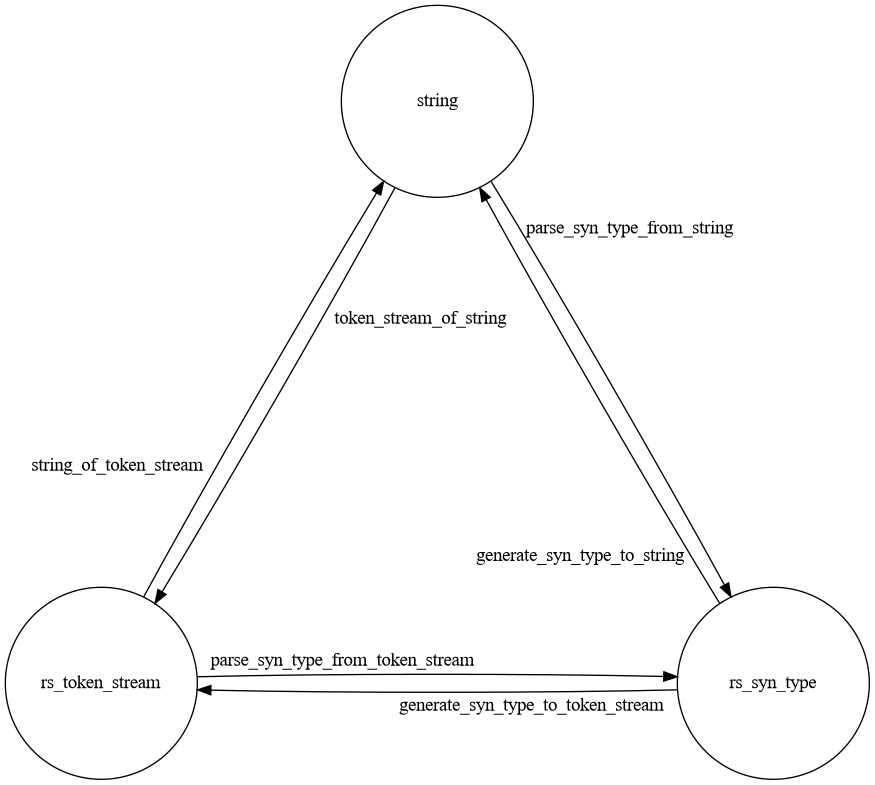
Before: images/api.png, a diagram exported from Graphviz (afdw/ocaml-rust-parser-generator). Its source is kept beside it as images/api.dot.
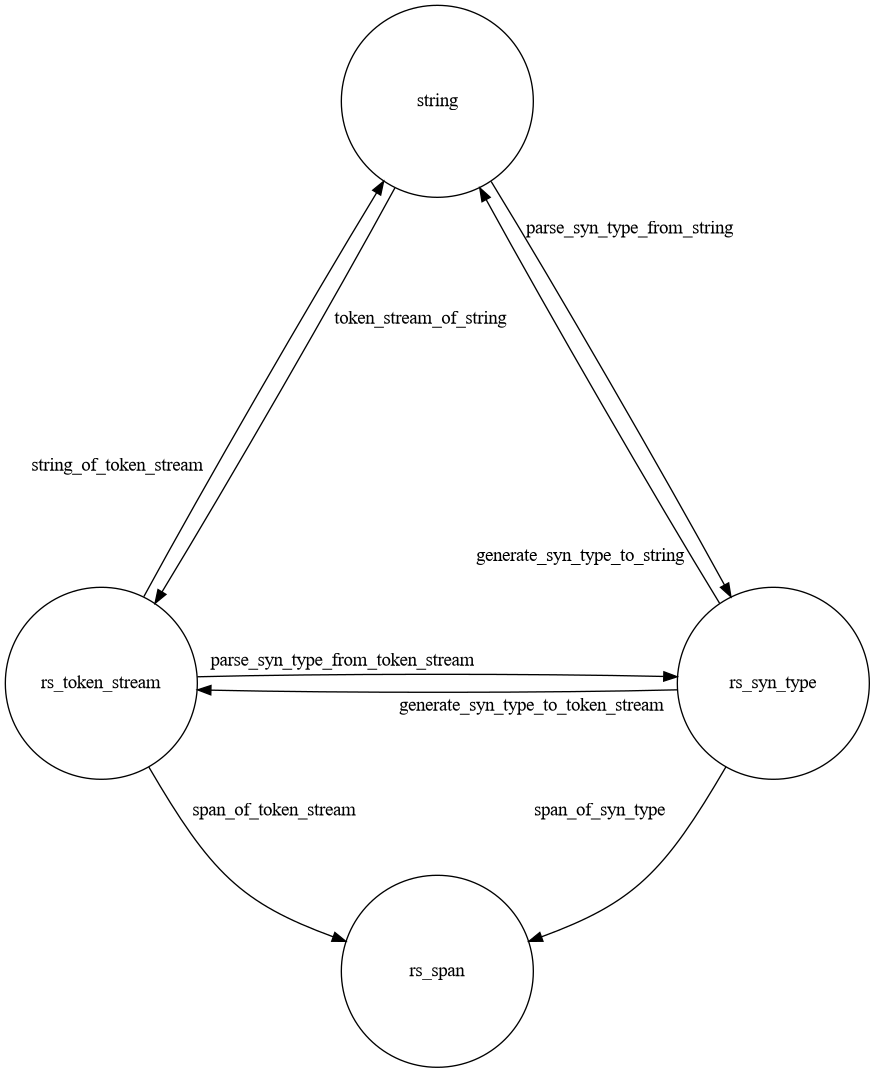
After the change.

Commit message:
Provide an ability to get the span of almost any syn type

Change to the diagram source:
```diff
@@ -3,16 +3,18 @@
     splines=curved
     node [shape=circle, width="2"]
 
-    string [pos="0,4.04145188432738035157!"] # 0; 7 * sqrt(3) / 3
-    rs_token_stream [pos="-3.5,-2.02072594216369017578!"] # -7 / 2; -7 * sqrt(3) / 6
-    rs_syn_type [pos="3.5,-2.02072594216369017578!"] # 7 / 2; -7 * sqrt(3) / 6
+    string [pos="0,6.06217782649107052736!"] # 0; -7 * sqrt(3) / 2
+    rs_token_stream [pos="-3.5,0!"] # -7 / 2; 0
+    rs_syn_type [pos="3.5,0!"] # 7 / 2; 0
+    rs_span [pos="0,-3!"] # 0; -3
 
     string -> rs_token_stream [taillabel="token_stream_of_string", labelangle=40, labeldistance=10]
     rs_token_stream -> string [taillabel="string_of_token_stream", labelangle=40, labeldistance=10]
+    rs_token_stream -> rs_span [taillabel="span_of_token_stream", labelangle=40, labeldistance=10]
 
     rs_token_stream -> rs_syn_type [taillabel="parse_syn_type_from_token_stream", labelangle=5, labeldistance=11]
     string -> rs_syn_type [taillabel="parse_syn_type_from_string", labelangle=40, labeldistance=11]
-
     rs_syn_type -> rs_token_stream [taillabel="generate_syn_type_to_token_stream", labelangle=5, labeldistance=11]
     rs_syn_type -> string [taillabel="generate_syn_type_to_string", labelangle=40, labeldistance=11]
+    rs_syn_type -> rs_span [taillabel="span_of_syn_type", labelangle=-40, labeldistance=10]
 }
```
